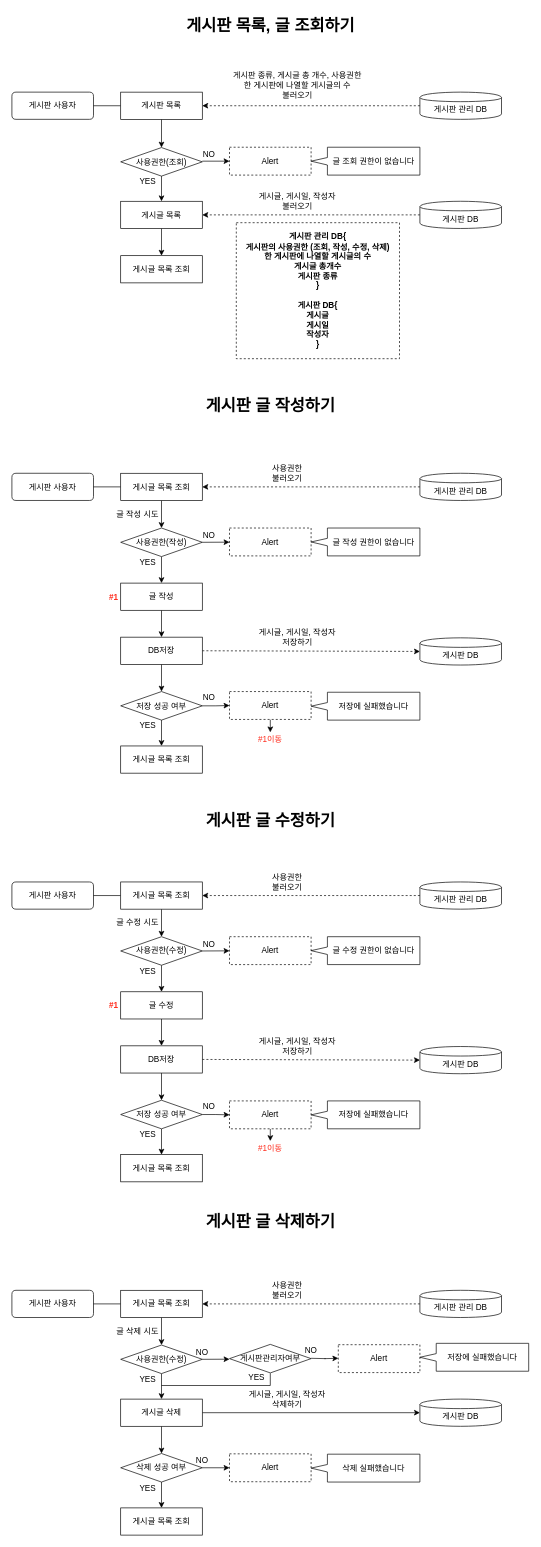
Above: BBS.drawio in kingpig77/Git_CSharp (draw.io), before the change. Source tidied: cells renumbered, new cells numbered last; positions are measured from the earlier drawing's top-left corner, leaving out a move shared by most shapes. Both pictures are drawn from the tidied source at 68%, with x=0, y=0 at pixel (12, 12).
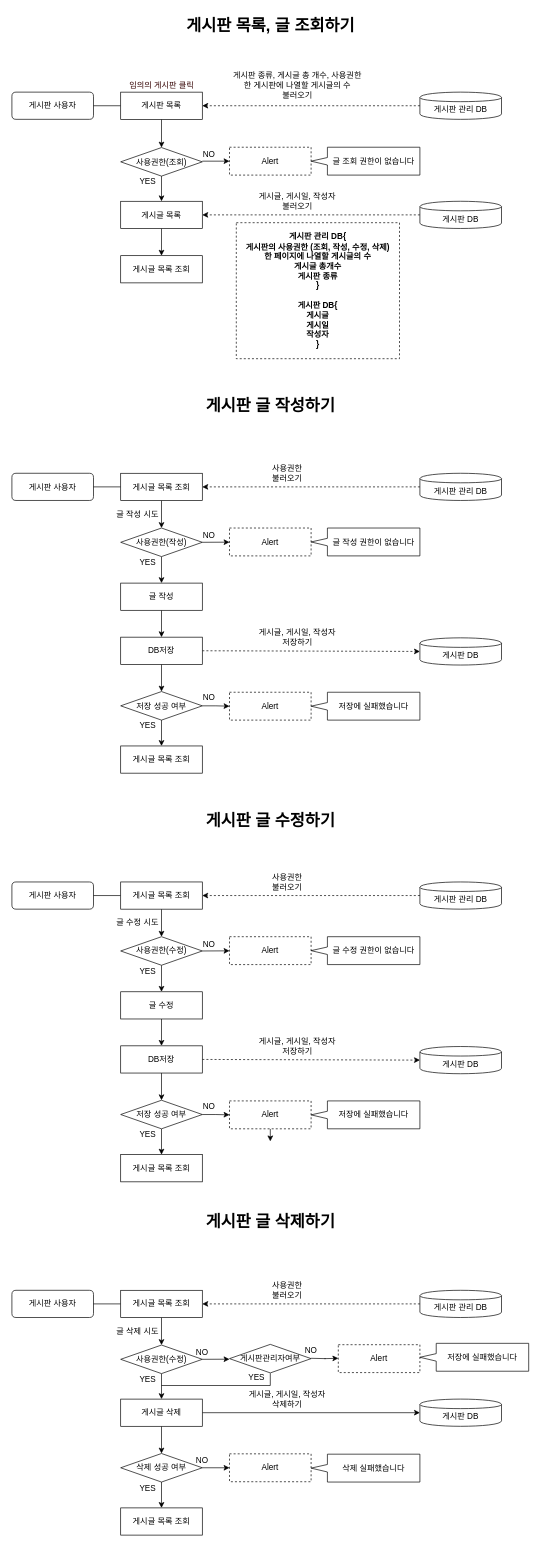
After the change.

The change refers to these unchanged cells:
```xml
<mxCell id="82" value="Alert" style="rounded=0;whiteSpace=wrap;html=1;strokeColor=#000000;fontFamily=Helvetica;align=center;dashed=1;" parent="1" vertex="1">
  <mxGeometry x="320" y="1601.5" width="120" height="41" as="geometry" />
</mxCell>
```

Change to the diagram source:
```diff
@@
-    <mxCell id="2" value="게시판 관리 DB{&lt;br&gt;게시판의 사용권한 (조회, 작성, 수정, 삭제)&lt;br&gt;한 게시판에 나열할 게시글의 수&lt;br&gt;게시글 총개수&lt;br&gt;게시판 종류&lt;br&gt;}&lt;br&gt;&lt;br&gt;게시판 DB{&lt;br&gt;게시글&lt;br&gt;게시일&lt;br&gt;작성자&lt;br&gt;}" style="text;html=1;strokeColor=#000000;fillColor=none;align=center;verticalAlign=middle;whiteSpace=wrap;rounded=0;dashed=1;fontStyle=1;" parent="1" vertex="1">
+    <mxCell id="2" value="게시판 관리 DB{&lt;br&gt;게시판의 사용권한 (조회, 작성, 수정, 삭제)&lt;br&gt;한 페이지에 나열할 게시글의 수&lt;br&gt;게시글 총개수&lt;br&gt;게시판 종류&lt;br&gt;}&lt;br&gt;&lt;br&gt;게시판 DB{&lt;br&gt;게시글&lt;br&gt;게시일&lt;br&gt;작성자&lt;br&gt;}" style="text;html=1;strokeColor=#000000;fillColor=none;align=center;verticalAlign=middle;whiteSpace=wrap;rounded=0;dashed=1;fontStyle=1;" parent="1" vertex="1">
       <mxGeometry x="330" y="310" width="240" height="200" as="geometry" />
     </mxCell>
@@
-    <mxCell id="42" value="#1" style="text;html=1;strokeColor=none;fillColor=none;align=center;verticalAlign=middle;whiteSpace=wrap;rounded=0;fontColor=#FF2B1C;fontStyle=1;" parent="1" vertex="1">
-      <mxGeometry x="130" y="850.5" width="40" height="20" as="geometry" />
-    </mxCell>
@@
-    <mxCell id="46" style="edgeStyle=orthogonalEdgeStyle;rounded=0;jettySize=auto;html=1;exitX=0.5;exitY=1;exitDx=0;exitDy=0;fontColor=#FF2B1C;entryX=0.5;entryY=0;entryDx=0;entryDy=0;" parent="1" edge="1" source="47" target="50">
-      <mxGeometry relative="1" as="geometry" />
-    </mxCell>
     <mxCell id="47" value="Alert" style="rounded=0;whiteSpace=wrap;html=1;strokeColor=#000000;fontFamily=Helvetica;align=center;dashed=1;" parent="1" vertex="1">
-      <mxGeometry x="320" y="999.5" width="120" height="41" as="geometry" />
+      <mxGeometry x="320" y="1000.5" width="120" height="41" as="geometry" />
     </mxCell>
@@
-    <mxCell id="50" value="#1이동" style="text;html=1;strokeColor=none;fillColor=none;align=center;verticalAlign=middle;whiteSpace=wrap;rounded=0;fontColor=#FF2B1C;" parent="1" vertex="1">
-      <mxGeometry x="360" y="1059.5" width="40" height="20" as="geometry" />
-    </mxCell>
@@
-    <mxCell id="77" value="#1" style="text;html=1;strokeColor=none;fillColor=none;align=center;verticalAlign=middle;whiteSpace=wrap;rounded=0;fontColor=#FF2B1C;fontStyle=1;" parent="1" vertex="1">
-      <mxGeometry x="130" y="1451.5" width="40" height="20" as="geometry" />
-    </mxCell>
@@
-    <mxCell id="81" style="edgeStyle=orthogonalEdgeStyle;rounded=0;jettySize=auto;html=1;exitX=0.5;exitY=1;exitDx=0;exitDy=0;fontColor=#FF2B1C;entryX=0.5;entryY=0;entryDx=0;entryDy=0;" parent="1" edge="1" source="82" target="85">
-      <mxGeometry relative="1" as="geometry" />
+    <mxCell id="81" style="edgeStyle=orthogonalEdgeStyle;rounded=0;jettySize=auto;html=1;exitX=0.5;exitY=1;exitDx=0;exitDy=0;fontColor=#FF2B1C;entryX=0.5;entryY=0;entryDx=0;entryDy=0;" parent="1" edge="1" source="82">
+      <mxGeometry relative="1" as="geometry">
+        <mxPoint x="380" y="1661" as="targetPoint" />
+      </mxGeometry>
     </mxCell>
@@
-    <mxCell id="85" value="#1이동" style="text;html=1;strokeColor=none;fillColor=none;align=center;verticalAlign=middle;whiteSpace=wrap;rounded=0;fontColor=#FF2B1C;" parent="1" vertex="1">
-      <mxGeometry x="360" y="1660.5" width="40" height="20" as="geometry" />
-    </mxCell>
@@
+    <mxCell id="126" value="임의의 게시판 클릭" style="text;html=1;strokeColor=none;fillColor=none;align=center;verticalAlign=middle;whiteSpace=wrap;rounded=0;fontColor=#330000;" parent="1" vertex="1">
+      <mxGeometry x="167.5" y="98" width="105" height="20" as="geometry" />
+    </mxCell>
```
